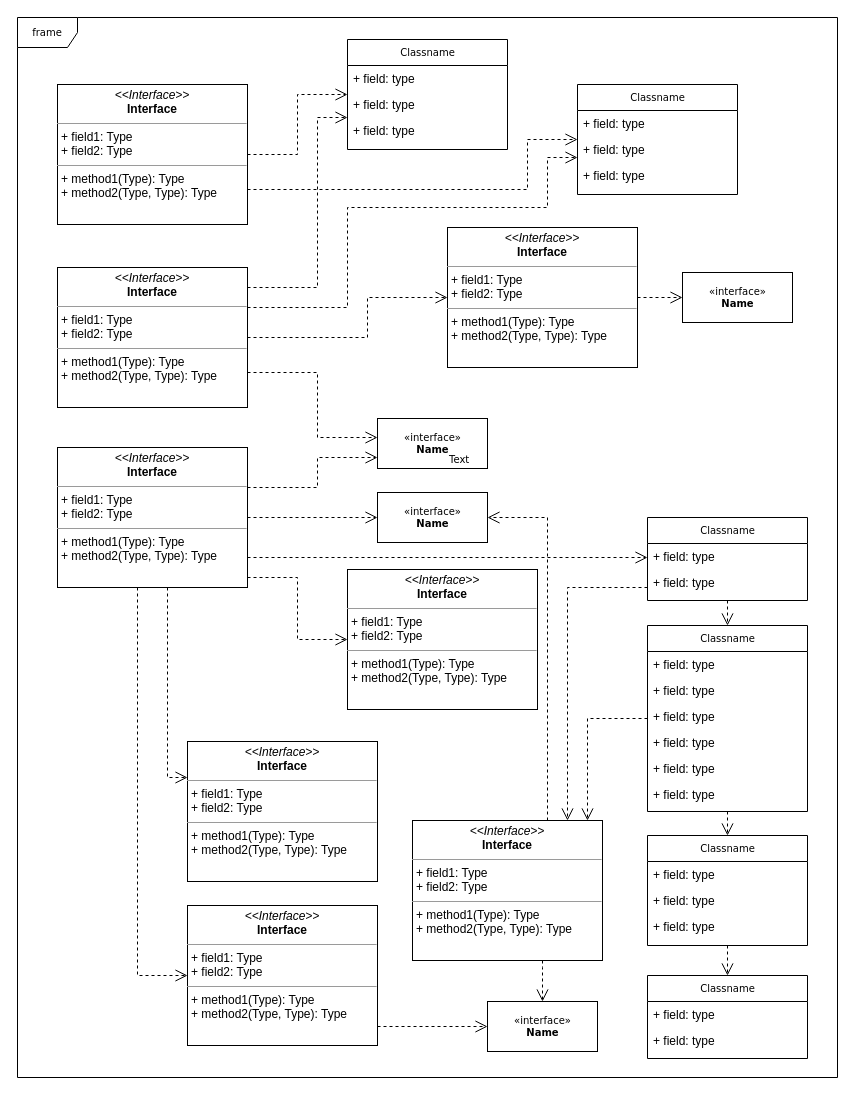
Above: Untitled Diagram.drawio in MonishKD/ProgramProject (draw.io), before the change. Source tidied: cells renumbered, new cells numbered last; positions are measured from the earlier drawing's top-left corner, leaving out a move shared by most shapes. Both pictures are drawn from the tidied source at 100%, with x=0, y=0 at pixel (17, 17).
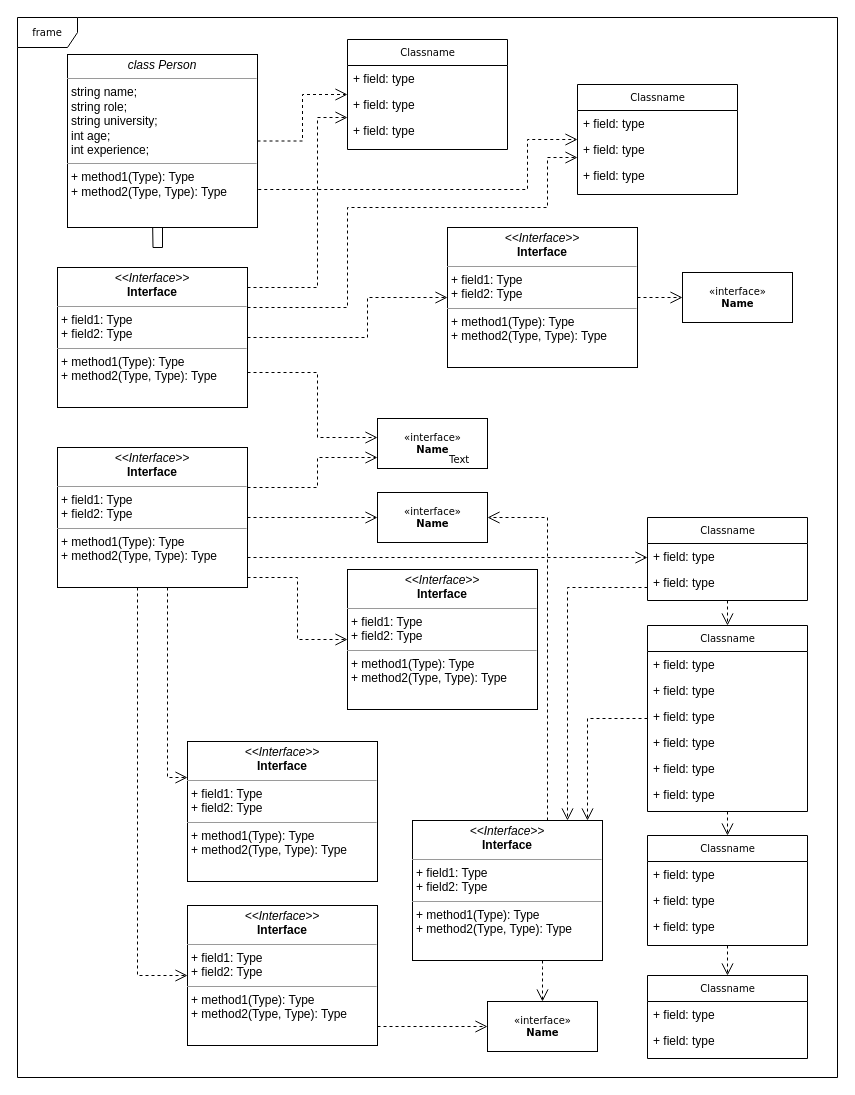
The same page after the edit.

Commit message:
UML diagram project

Diff of the diagram source:
```diff
@@
+    <mxCell id="62" style="edgeStyle=orthogonalEdgeStyle;rounded=0;jettySize=auto;html=1;" parent="1" edge="1" source="48">
+      <mxGeometry relative="1" as="geometry">
+        <mxPoint x="135" y="200" as="targetPoint" />
+      </mxGeometry>
+    </mxCell>
+    <mxCell id="63" style="edgeStyle=orthogonalEdgeStyle;rounded=0;jettySize=auto;html=1;exitX=0.5;exitY=1;exitDx=0;exitDy=0;" parent="1" edge="1" source="48">
+      <mxGeometry relative="1" as="geometry">
+        <mxPoint x="135" y="200" as="targetPoint" />
+      </mxGeometry>
+    </mxCell>
-    <mxCell id="48" value="&lt;p style=&quot;margin:0px;margin-top:4px;text-align:center;&quot;&gt;&lt;i&gt;&amp;lt;&amp;lt;Interface&amp;gt;&amp;gt;&lt;/i&gt;&lt;br/&gt;&lt;b&gt;Interface&lt;/b&gt;&lt;/p&gt;&lt;hr size=&quot;1&quot;/&gt;&lt;p style=&quot;margin:0px;margin-left:4px;&quot;&gt;+ field1: Type&lt;br/&gt;+ field2: Type&lt;/p&gt;&lt;hr size=&quot;1&quot;/&gt;&lt;p style=&quot;margin:0px;margin-left:4px;&quot;&gt;+ method1(Type): Type&lt;br/&gt;+ method2(Type, Type): Type&lt;/p&gt;" style="verticalAlign=top;align=left;overflow=fill;fontSize=12;fontFamily=Helvetica;html=1;rounded=0;shadow=0;comic=0;labelBackgroundColor=none;strokeWidth=1;" parent="1" vertex="1">
-      <mxGeometry x="40" y="67" width="190" height="140" as="geometry" />
+    <mxCell id="48" value="&lt;p style=&quot;margin:0px;margin-top:4px;text-align:center;&quot;&gt;&lt;i&gt;class Person&lt;/i&gt;&lt;/p&gt;&lt;hr size=&quot;1&quot;&gt;&lt;p style=&quot;margin:0px;margin-left:4px;&quot;&gt;string name;&amp;nbsp;&lt;/p&gt;&lt;p style=&quot;margin:0px;margin-left:4px;&quot;&gt;string role;&amp;nbsp;&lt;/p&gt;&lt;p style=&quot;margin:0px;margin-left:4px;&quot;&gt;string university;&amp;nbsp;&lt;/p&gt;&lt;p style=&quot;margin:0px;margin-left:4px;&quot;&gt;int age;&amp;nbsp;&lt;/p&gt;&lt;p style=&quot;margin:0px;margin-left:4px;&quot;&gt;int experience;&amp;nbsp;&lt;/p&gt;&lt;hr size=&quot;1&quot;&gt;&lt;p style=&quot;margin:0px;margin-left:4px;&quot;&gt;+ method1(Type): Type&lt;br&gt;+ method2(Type, Type): Type&lt;/p&gt;" style="verticalAlign=top;align=left;overflow=fill;fontSize=12;fontFamily=Helvetica;html=1;rounded=0;shadow=0;comic=0;labelBackgroundColor=none;strokeWidth=1;" parent="1" vertex="1">
+      <mxGeometry x="50" y="37" width="190" height="173" as="geometry" />
     </mxCell>
```
